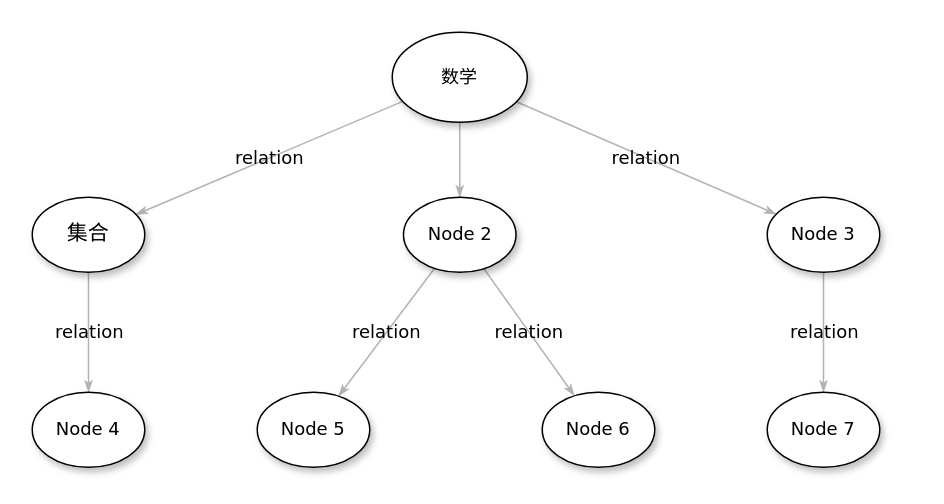
Earlier version of the draw.io diagram 数学.drawio (callmeliuchu/AlgebraSolution). Source tidied: cells renumbered, new cells numbered last; positions are measured from the earlier drawing's top-left corner, leaving out a move shared by most shapes. Both pictures are drawn from the tidied source at 150%, with x=0, y=0 at pixel (32, 32).
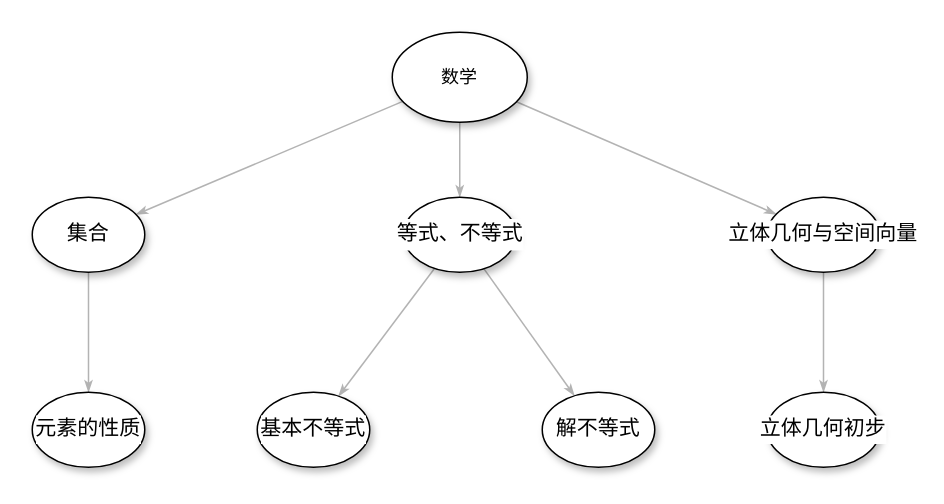
The same diagram, later.

The edit, as a diff of the source:
```diff
@@
 <mxGraphModel>
   <root>
     <mxCell id="0" />
     <mxCell id="1" parent="0" />
     <mxCell id="2" style="edgeStyle=none;rounded=1;html=1;labelBackgroundColor=none;startArrow=none;startFill=0;startSize=5;endArrow=classicThin;endFill=1;endSize=5;jettySize=auto;strokeColor=#B3B3B3;strokeWidth=1;fontFamily=Verdana;fontSize=12;" parent="1" edge="1" source="5" target="8">
       <mxGeometry relative="1" as="geometry" />
     </mxCell>
-    <mxCell id="3" value="relation" style="edgeStyle=none;rounded=1;html=1;labelBackgroundColor=none;startArrow=none;startFill=0;startSize=5;endArrow=classicThin;endFill=1;endSize=5;jettySize=auto;strokeColor=#B3B3B3;strokeWidth=1;fontFamily=Verdana;fontSize=12;" parent="1" edge="1" source="5" target="15">
+    <mxCell id="3" style="edgeStyle=none;rounded=1;html=1;labelBackgroundColor=none;startArrow=none;startFill=0;startSize=5;endArrow=classicThin;endFill=1;endSize=5;jettySize=auto;strokeColor=#B3B3B3;strokeWidth=1;fontFamily=Verdana;fontSize=12;" parent="1" edge="1" source="5" target="15">
       <mxGeometry relative="1" as="geometry" />
     </mxCell>
-    <mxCell id="4" value="relation" style="edgeStyle=none;rounded=1;html=1;labelBackgroundColor=none;startArrow=none;startFill=0;startSize=5;endArrow=classicThin;endFill=1;endSize=5;jettySize=auto;strokeColor=#B3B3B3;strokeWidth=1;fontFamily=Verdana;fontSize=12;" parent="1" edge="1" source="5" target="10">
+    <mxCell id="4" style="edgeStyle=none;rounded=1;html=1;labelBackgroundColor=none;startArrow=none;startFill=0;startSize=5;endArrow=classicThin;endFill=1;endSize=5;jettySize=auto;strokeColor=#B3B3B3;strokeWidth=1;fontFamily=Verdana;fontSize=12;" parent="1" edge="1" source="5" target="10">
       <mxGeometry relative="1" as="geometry" />
     </mxCell>
     <mxCell id="5" value="数学" style="ellipse;whiteSpace=wrap;html=1;rounded=0;shadow=1;comic=0;labelBackgroundColor=none;strokeWidth=1;fontFamily=Verdana;fontSize=12;align=center;" parent="1" vertex="1">
       <mxGeometry x="240" width="90" height="60" as="geometry" />
     </mxCell>
-    <mxCell id="6" value="relation" style="edgeStyle=none;rounded=1;html=1;labelBackgroundColor=none;startArrow=none;startFill=0;startSize=5;endArrow=classicThin;endFill=1;endSize=5;jettySize=auto;strokeColor=#B3B3B3;strokeWidth=1;fontFamily=Verdana;fontSize=12;" parent="1" edge="1" source="8" target="13">
+    <mxCell id="6" style="edgeStyle=none;rounded=1;html=1;labelBackgroundColor=none;startArrow=none;startFill=0;startSize=5;endArrow=classicThin;endFill=1;endSize=5;jettySize=auto;strokeColor=#B3B3B3;strokeWidth=1;fontFamily=Verdana;fontSize=12;" parent="1" edge="1" source="8" target="13">
       <mxGeometry relative="1" as="geometry" />
     </mxCell>
-    <mxCell id="7" value="relation" style="edgeStyle=none;rounded=1;html=1;labelBackgroundColor=none;startArrow=none;startFill=0;startSize=5;endArrow=classicThin;endFill=1;endSize=5;jettySize=auto;strokeColor=#B3B3B3;strokeWidth=1;fontFamily=Verdana;fontSize=12;" parent="1" edge="1" source="8" target="12">
+    <mxCell id="7" style="edgeStyle=none;rounded=1;html=1;labelBackgroundColor=none;startArrow=none;startFill=0;startSize=5;endArrow=classicThin;endFill=1;endSize=5;jettySize=auto;strokeColor=#B3B3B3;strokeWidth=1;fontFamily=Verdana;fontSize=12;" parent="1" edge="1" source="8" target="12">
       <mxGeometry relative="1" as="geometry" />
     </mxCell>
-    <mxCell id="8" value="&lt;span&gt;Node 2&lt;/span&gt;" style="ellipse;whiteSpace=wrap;html=1;rounded=0;shadow=1;comic=0;labelBackgroundColor=none;strokeWidth=1;fontFamily=Verdana;fontSize=12;align=center;" parent="1" vertex="1">
+    <mxCell id="8" value="&lt;pre style=&quot;box-sizing: border-box; overflow: auto; font-size: 14px; padding: 1px 0px; margin-top: 0px; margin-bottom: 0px; line-height: inherit; word-break: break-all; overflow-wrap: break-word; background-color: rgb(255, 255, 255); border: 0px; border-radius: 0px; vertical-align: baseline; text-align: left;&quot;&gt;&lt;pre style=&quot;box-sizing: border-box; overflow: auto; padding: 1px 0px; margin-top: 0px; margin-bottom: 0px; line-height: inherit; word-break: break-all; overflow-wrap: break-word; border: 0px; border-radius: 0px; vertical-align: baseline;&quot;&gt;等式、不等式&lt;/pre&gt;&lt;/pre&gt;" style="ellipse;whiteSpace=wrap;html=1;rounded=0;shadow=1;comic=0;labelBackgroundColor=none;strokeWidth=1;fontFamily=Verdana;fontSize=12;align=center;" parent="1" vertex="1">
       <mxGeometry x="247.5" y="110" width="75" height="50" as="geometry" />
     </mxCell>
-    <mxCell id="9" value="relation" style="edgeStyle=none;rounded=1;html=1;labelBackgroundColor=none;startArrow=none;startFill=0;startSize=5;endArrow=classicThin;endFill=1;endSize=5;jettySize=auto;strokeColor=#B3B3B3;strokeWidth=1;fontFamily=Verdana;fontSize=12;" parent="1" edge="1" source="10" target="11">
+    <mxCell id="9" style="edgeStyle=none;rounded=1;html=1;labelBackgroundColor=none;startArrow=none;startFill=0;startSize=5;endArrow=classicThin;endFill=1;endSize=5;jettySize=auto;strokeColor=#B3B3B3;strokeWidth=1;fontFamily=Verdana;fontSize=12;" parent="1" edge="1" source="10" target="11">
       <mxGeometry relative="1" as="geometry" />
     </mxCell>
-    <mxCell id="10" value="&lt;span&gt;Node 3&lt;/span&gt;" style="ellipse;whiteSpace=wrap;html=1;rounded=0;shadow=1;comic=0;labelBackgroundColor=none;strokeWidth=1;fontFamily=Verdana;fontSize=12;align=center;" parent="1" vertex="1">
+    <mxCell id="10" value="&lt;pre style=&quot;box-sizing: border-box; overflow: auto; font-size: 14px; padding: 1px 0px; margin-top: 0px; margin-bottom: 0px; line-height: inherit; word-break: break-all; overflow-wrap: break-word; background-color: rgb(255, 255, 255); border: 0px; border-radius: 0px; vertical-align: baseline; text-align: left;&quot;&gt;立体几何与空间向量&lt;/pre&gt;" style="ellipse;whiteSpace=wrap;html=1;rounded=0;shadow=1;comic=0;labelBackgroundColor=none;strokeWidth=1;fontFamily=Verdana;fontSize=12;align=center;" parent="1" vertex="1">
       <mxGeometry x="490" y="110" width="75" height="50" as="geometry" />
     </mxCell>
-    <mxCell id="11" value="&lt;span&gt;Node 7&lt;/span&gt;" style="ellipse;whiteSpace=wrap;html=1;rounded=0;shadow=1;comic=0;labelBackgroundColor=none;strokeWidth=1;fontFamily=Verdana;fontSize=12;align=center;" parent="1" vertex="1">
+    <mxCell id="11" value="&lt;pre style=&quot;box-sizing: border-box; overflow: auto; font-size: 14px; padding: 1px 0px; margin-top: 0px; margin-bottom: 0px; line-height: inherit; word-break: break-all; overflow-wrap: break-word; background-color: rgb(255, 255, 255); border: 0px; border-radius: 0px; vertical-align: baseline; text-align: left;&quot;&gt;立体几何初步&lt;/pre&gt;" style="ellipse;whiteSpace=wrap;html=1;rounded=0;shadow=1;comic=0;labelBackgroundColor=none;strokeWidth=1;fontFamily=Verdana;fontSize=12;align=center;" parent="1" vertex="1">
       <mxGeometry x="490" y="240" width="75" height="50" as="geometry" />
     </mxCell>
-    <mxCell id="12" value="&lt;span&gt;Node 6&lt;/span&gt;" style="ellipse;whiteSpace=wrap;html=1;rounded=0;shadow=1;comic=0;labelBackgroundColor=none;strokeWidth=1;fontFamily=Verdana;fontSize=12;align=center;" parent="1" vertex="1">
+    <mxCell id="12" value="&lt;pre style=&quot;box-sizing: border-box; overflow: auto; font-size: 14px; padding: 1px 0px; margin-top: 0px; margin-bottom: 0px; line-height: inherit; word-break: break-all; overflow-wrap: break-word; background-color: rgb(255, 255, 255); border: 0px; border-radius: 0px; vertical-align: baseline; text-align: left;&quot;&gt;解不等式&lt;/pre&gt;" style="ellipse;whiteSpace=wrap;html=1;rounded=0;shadow=1;comic=0;labelBackgroundColor=none;strokeWidth=1;fontFamily=Verdana;fontSize=12;align=center;" parent="1" vertex="1">
       <mxGeometry x="340" y="240" width="75" height="50" as="geometry" />
     </mxCell>
-    <mxCell id="13" value="&lt;span&gt;Node 5&lt;/span&gt;" style="ellipse;whiteSpace=wrap;html=1;rounded=0;shadow=1;comic=0;labelBackgroundColor=none;strokeWidth=1;fontFamily=Verdana;fontSize=12;align=center;" parent="1" vertex="1">
+    <mxCell id="13" value="&lt;pre style=&quot;box-sizing: border-box; overflow: auto; font-size: 14px; padding: 1px 0px; margin-top: 0px; margin-bottom: 0px; line-height: inherit; word-break: break-all; overflow-wrap: break-word; background-color: rgb(255, 255, 255); border: 0px; border-radius: 0px; vertical-align: baseline; text-align: left;&quot;&gt;基本不等式&lt;/pre&gt;" style="ellipse;whiteSpace=wrap;html=1;rounded=0;shadow=1;comic=0;labelBackgroundColor=none;strokeWidth=1;fontFamily=Verdana;fontSize=12;align=center;" parent="1" vertex="1">
       <mxGeometry x="150" y="240" width="75" height="50" as="geometry" />
     </mxCell>
-    <mxCell id="14" value="relation" style="edgeStyle=none;rounded=1;html=1;labelBackgroundColor=none;startArrow=none;startFill=0;startSize=5;endArrow=classicThin;endFill=1;endSize=5;jettySize=auto;strokeColor=#B3B3B3;strokeWidth=1;fontFamily=Verdana;fontSize=12;" parent="1" edge="1" source="15" target="16">
+    <mxCell id="14" style="edgeStyle=none;rounded=1;html=1;labelBackgroundColor=none;startArrow=none;startFill=0;startSize=5;endArrow=classicThin;endFill=1;endSize=5;jettySize=auto;strokeColor=#B3B3B3;strokeWidth=1;fontFamily=Verdana;fontSize=12;" parent="1" edge="1" source="15" target="16">
       <mxGeometry relative="1" as="geometry" />
     </mxCell>
     <mxCell id="15" value="&lt;pre style=&quot;box-sizing: border-box; overflow: auto; font-size: 14px; padding: 1px 0px; margin-top: 0px; margin-bottom: 0px; line-height: inherit; word-break: break-all; overflow-wrap: break-word; background-color: rgb(255, 255, 255); border: 0px; border-radius: 0px; vertical-align: baseline; text-align: left;&quot;&gt;集合&lt;/pre&gt;" style="ellipse;whiteSpace=wrap;html=1;rounded=0;shadow=1;comic=0;labelBackgroundColor=none;strokeWidth=1;fontFamily=Verdana;fontSize=12;align=center;" parent="1" vertex="1">
       <mxGeometry y="110" width="75" height="50" as="geometry" />
     </mxCell>
-    <mxCell id="16" value="&lt;span&gt;Node 4&lt;/span&gt;" style="ellipse;whiteSpace=wrap;html=1;rounded=0;shadow=1;comic=0;labelBackgroundColor=none;strokeWidth=1;fontFamily=Verdana;fontSize=12;align=center;" parent="1" vertex="1">
+    <mxCell id="16" value="&lt;pre style=&quot;box-sizing: border-box; overflow: auto; font-size: 14px; padding: 1px 0px; margin-top: 0px; margin-bottom: 0px; line-height: inherit; word-break: break-all; overflow-wrap: break-word; background-color: rgb(255, 255, 255); border: 0px; border-radius: 0px; vertical-align: baseline; text-align: left;&quot;&gt;元素的性质&lt;/pre&gt;" style="ellipse;whiteSpace=wrap;html=1;rounded=0;shadow=1;comic=0;labelBackgroundColor=none;strokeWidth=1;fontFamily=Verdana;fontSize=12;align=center;" parent="1" vertex="1">
       <mxGeometry y="240" width="75" height="50" as="geometry" />
     </mxCell>
   </root>
 </mxGraphModel>
```
